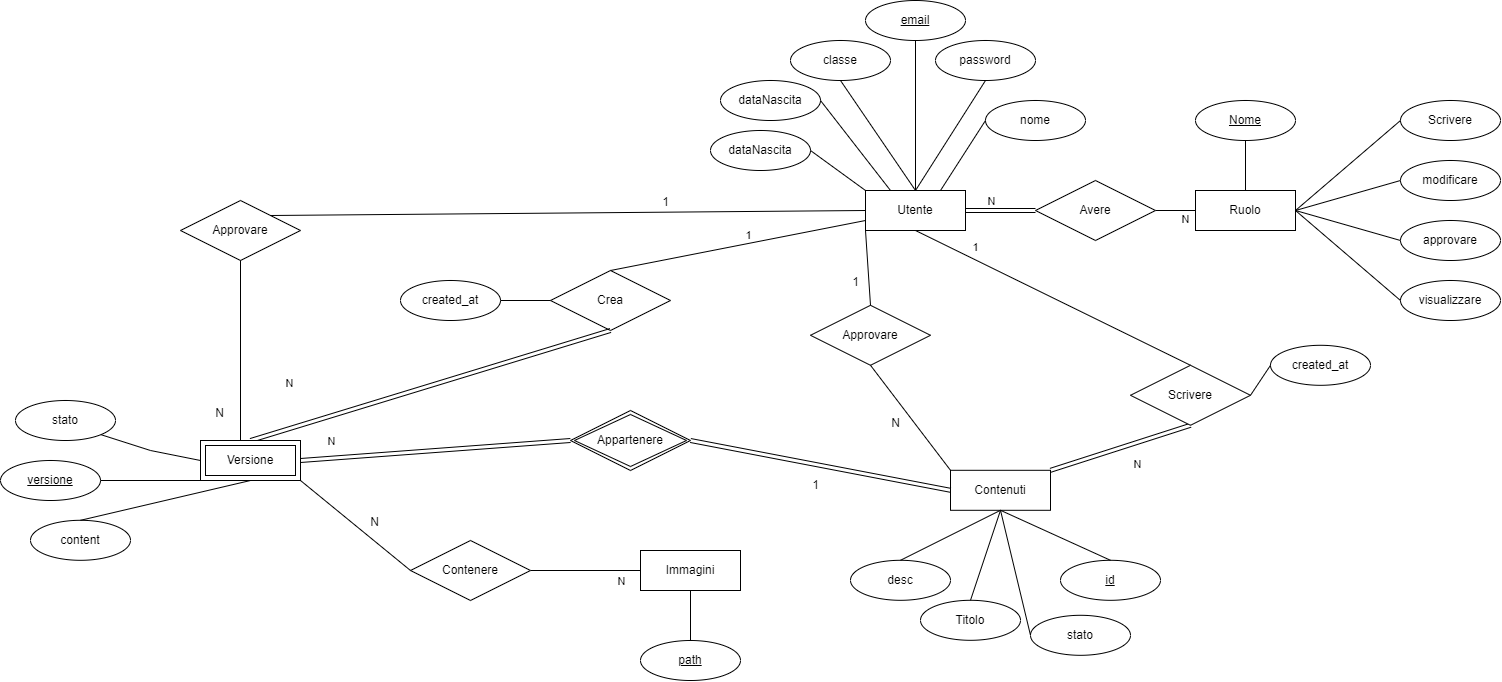
The draw.io diagram assets/schemas/SchemaER.drawio.png in AngeloRipamonti/5C_WikiStudenti_DiDonnaKotisRipamontiTacconi, before a commit. Source tidied: cells renumbered, new cells last; positions are measured from the earlier drawing's top-left corner, leaving out a move shared by most shapes.
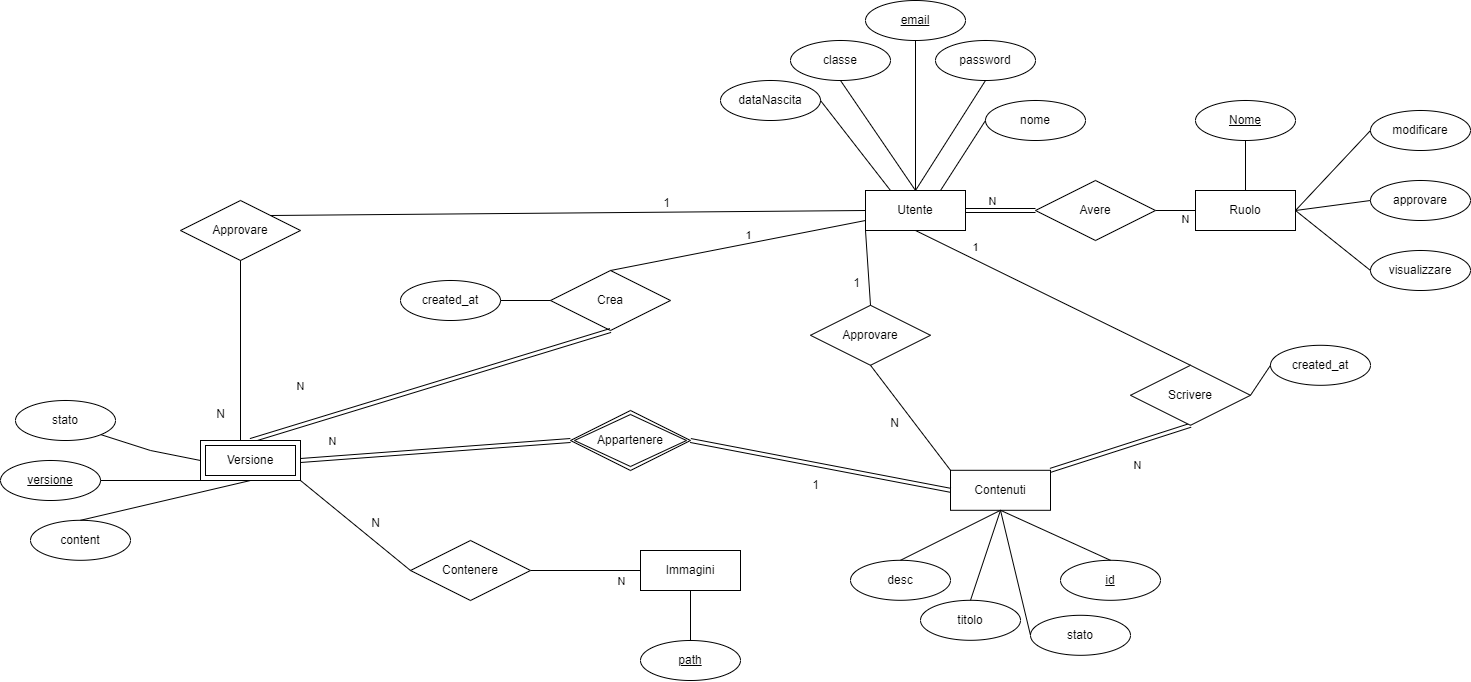
Later version of the same file.

What changed in the source:
```diff
@@ -36,13 +36,13 @@
       <mxGeometry x="1195" y="100" width="100" height="40" as="geometry" />
     </mxCell>
     <mxCell id="13" value="modificare" style="ellipse;whiteSpace=wrap;html=1;align=center;" parent="1" vertex="1">
-      <mxGeometry x="1400" y="160" width="100" height="40" as="geometry" />
+      <mxGeometry x="1370" y="110" width="100" height="40" as="geometry" />
     </mxCell>
     <mxCell id="14" value="approvare" style="ellipse;whiteSpace=wrap;html=1;align=center;" parent="1" vertex="1">
-      <mxGeometry x="1400" y="220" width="100" height="40" as="geometry" />
+      <mxGeometry x="1370" y="180" width="100" height="40" as="geometry" />
     </mxCell>
     <mxCell id="15" value="visualizzare" style="ellipse;whiteSpace=wrap;html=1;align=center;" parent="1" vertex="1">
-      <mxGeometry x="1400" y="280" width="100" height="40" as="geometry" />
+      <mxGeometry x="1370" y="250" width="100" height="40" as="geometry" />
     </mxCell>
     <mxCell id="16" style="endArrow=none;html=1;rounded=0;exitX=0.5;exitY=1;exitDx=0;exitDy=0;entryX=0.5;entryY=0;entryDx=0;entryDy=0;" parent="1" edge="1" source="5" target="6">
       <mxGeometry relative="1" as="geometry" />
@@ -156,10 +156,10 @@
     </mxCell>
     <mxCell id="48" value="N" style="edgeLabel;html=1;align=center;verticalAlign=middle;" parent="47" vertex="1">
       <mxGeometry x="-0.42" y="-3" relative="1" as="geometry">
-        <mxPoint x="-90" y="-75" as="offset" />
+        <mxPoint x="-79" y="-72" as="offset" />
       </mxGeometry>
     </mxCell>
-    <mxCell id="49" value="Titolo" style="ellipse;whiteSpace=wrap;html=1;align=center;" parent="1" vertex="1">
+    <mxCell id="49" value="titolo" style="ellipse;whiteSpace=wrap;html=1;align=center;" parent="1" vertex="1">
       <mxGeometry x="920" y="599.8" width="100" height="40" as="geometry" />
     </mxCell>
     <mxCell id="50" style="endArrow=none;html=1;rounded=0;exitX=0.5;exitY=1;exitDx=0;exitDy=0;entryX=0.5;entryY=0;entryDx=0;entryDy=0;" parent="1" edge="1" source="4" target="49">
@@ -180,12 +180,6 @@
     <mxCell id="55" style="endArrow=none;html=1;rounded=0;exitX=0.5;exitY=0;exitDx=0;exitDy=0;entryX=0.5;entryY=1;entryDx=0;entryDy=0;" parent="1" edge="1" source="51" target="53">
       <mxGeometry relative="1" as="geometry" />
     </mxCell>
-    <mxCell id="56" value="Scrivere" style="ellipse;whiteSpace=wrap;html=1;align=center;" parent="1" vertex="1">
-      <mxGeometry x="1400" y="100" width="100" height="40" as="geometry" />
-    </mxCell>
-    <mxCell id="57" style="endArrow=none;html=1;rounded=0;exitX=1;exitY=0.5;exitDx=0;exitDy=0;entryX=0;entryY=0.5;entryDx=0;entryDy=0;" parent="1" edge="1" source="3" target="56">
-      <mxGeometry relative="1" as="geometry" />
-    </mxCell>
     <mxCell id="58" value="desc" style="ellipse;whiteSpace=wrap;html=1;align=center;" parent="1" vertex="1">
       <mxGeometry x="850" y="559.8" width="100" height="40" as="geometry" />
     </mxCell>
@@ -204,12 +198,6 @@
     <mxCell id="63" style="endArrow=none;html=1;rounded=0;exitX=0.75;exitY=0;exitDx=0;exitDy=0;entryX=0;entryY=0.5;entryDx=0;entryDy=0;" parent="1" edge="1" source="2" target="62">
       <mxGeometry relative="1" as="geometry" />
     </mxCell>
-    <mxCell id="64" value="dataNascita" style="ellipse;whiteSpace=wrap;html=1;align=center;" parent="1" vertex="1">
-      <mxGeometry x="710" y="130" width="100" height="40" as="geometry" />
-    </mxCell>
-    <mxCell id="65" style="endArrow=none;html=1;rounded=0;exitX=1;exitY=0.5;exitDx=0;exitDy=0;entryX=0;entryY=0;entryDx=0;entryDy=0;" parent="1" edge="1" source="64" target="2">
-      <mxGeometry relative="1" as="geometry" />
-    </mxCell>
     <mxCell id="66" value="&lt;span style=&quot;color: rgb(0, 0, 0);&quot;&gt;Appartenere&lt;/span&gt;" style="shape=rhombus;double=1;perimeter=rhombusPerimeter;whiteSpace=wrap;html=1;align=center;" parent="1" vertex="1">
       <mxGeometry x="570" y="410" width="120" height="60" as="geometry" />
     </mxCell>
```
